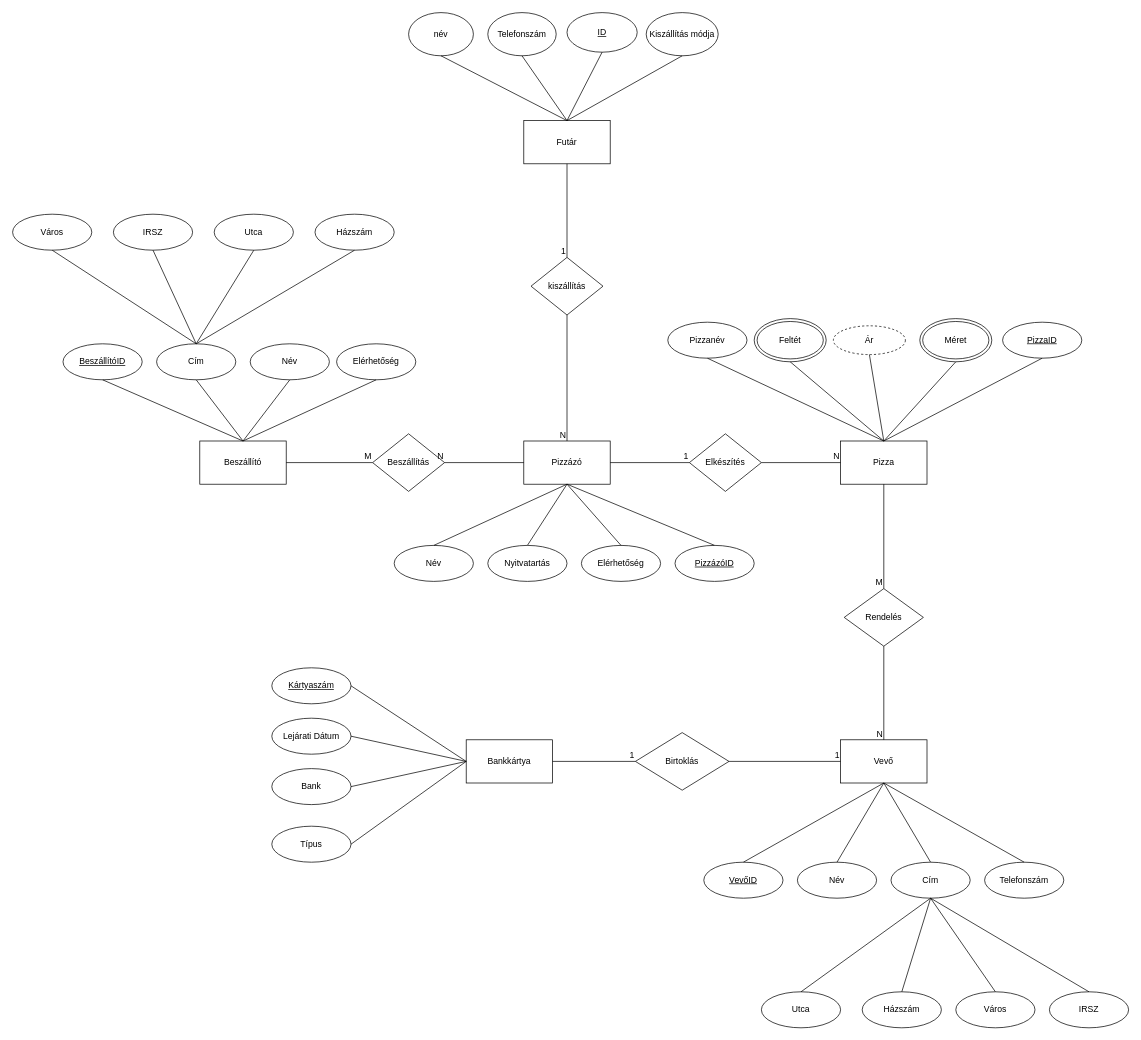
The draw.io diagram XML_FÉLÉVES_D1H8VP/ER_Etterem.drawio in laszlobodnar14/D1H8VPWEBXML, before the edit. Source tidied: cells renumbered, new cells numbered last; positions are measured from the earlier drawing's top-left corner, leaving out a move shared by most shapes. Both pictures are drawn from the tidied source at 72%, with x=0, y=0 at pixel (12, 12).
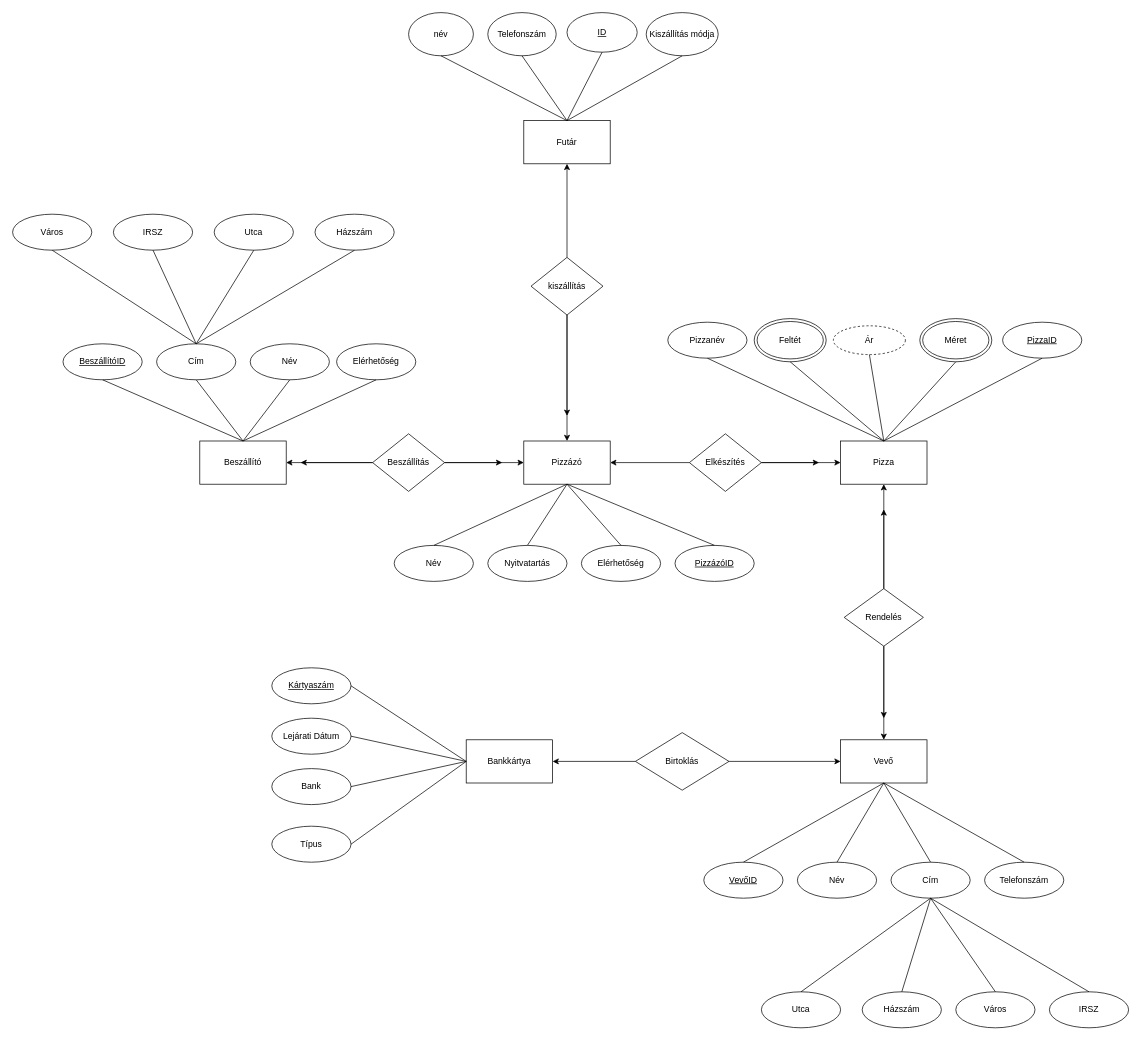
After the change.

Unchanged cells that the change refers to:
```xml
<mxCell id="2" value="Futár" style="rounded=0;whiteSpace=wrap;html=1;" parent="1" vertex="1">
  <mxGeometry x="710" y="150" width="120" height="60" as="geometry" />
</mxCell>
<mxCell id="3" value="kiszállítás" style="rhombus;whiteSpace=wrap;html=1;" parent="1" vertex="1">
  <mxGeometry x="720" y="340" width="100" height="80" as="geometry" />
</mxCell>
<mxCell id="4" value="Pizzázó" style="rounded=0;whiteSpace=wrap;html=1;" parent="1" vertex="1">
  <mxGeometry x="710" y="595" width="120" height="60" as="geometry" />
</mxCell>
<mxCell id="13" value="Beszállítás" style="rhombus;whiteSpace=wrap;html=1;" parent="1" vertex="1">
  <mxGeometry x="500" y="585" width="100" height="80" as="geometry" />
</mxCell>
<mxCell id="14" value="Elkészítés" style="rhombus;whiteSpace=wrap;html=1;" parent="1" vertex="1">
  <mxGeometry x="940" y="585" width="100" height="80" as="geometry" />
</mxCell>
<mxCell id="15" value="Pizza" style="rounded=0;whiteSpace=wrap;html=1;" parent="1" vertex="1">
  <mxGeometry x="1150" y="595" width="120" height="60" as="geometry" />
</mxCell>
<mxCell id="16" value="Beszállító" style="rounded=0;whiteSpace=wrap;html=1;" parent="1" vertex="1">
  <mxGeometry x="260" y="595" width="120" height="60" as="geometry" />
</mxCell>
<mxCell id="17" value="Rendelés" style="rhombus;whiteSpace=wrap;html=1;" parent="1" vertex="1">
  <mxGeometry x="1155" y="800" width="110" height="80" as="geometry" />
</mxCell>
<mxCell id="18" value="Vevő" style="rounded=0;whiteSpace=wrap;html=1;" parent="1" vertex="1">
  <mxGeometry x="1150" y="1010" width="120" height="60" as="geometry" />
</mxCell>
<mxCell id="19" value="Birtoklás" style="rhombus;whiteSpace=wrap;html=1;" parent="1" vertex="1">
  <mxGeometry x="865" y="1000" width="130" height="80" as="geometry" />
</mxCell>
<mxCell id="20" value="Bankkártya" style="rounded=0;whiteSpace=wrap;html=1;" parent="1" vertex="1">
  <mxGeometry x="630" y="1010" width="120" height="60" as="geometry" />
</mxCell>
```

The edit, as a diff of the source:
```diff
@@
-    <mxCell id="79" style="endArrow=none;html=1;rounded=0;entryX=0;entryY=0.5;entryDx=0;entryDy=0;exitX=1;exitY=0.5;exitDx=0;exitDy=0;" parent="1" edge="1" source="20" target="19">
-      <mxGeometry relative="1" as="geometry" />
-    </mxCell>
-    <mxCell id="80" value="1" style="html=1;whiteSpace=wrap;align=right;verticalAlign=bottom;" parent="79" vertex="1">
-      <mxGeometry x="1" relative="1" as="geometry" />
-    </mxCell>
+    <mxCell id="99" style="endArrow=classic;html=1;rounded=0;exitX=0;exitY=0.5;exitDx=0;exitDy=0;entryX=1;entryY=0.5;entryDx=0;entryDy=0;" parent="1" edge="1" source="14" target="4">
+      <mxGeometry relative="1" as="geometry" />
+    </mxCell>
+    <mxCell id="87" style="endArrow=classic;html=1;rounded=0;entryX=0;entryY=0.5;entryDx=0;entryDy=0;exitX=1;exitY=0.5;exitDx=0;exitDy=0;" parent="1" edge="1" source="14" target="15">
+      <mxGeometry relative="1" as="geometry" />
+    </mxCell>
+    <mxCell id="100" style="endArrow=classic;html=1;rounded=0;exitX=1;exitY=0.5;exitDx=0;exitDy=0;" parent="1" edge="1" source="14">
+      <mxGeometry relative="1" as="geometry">
+        <mxPoint x="1120" y="625" as="targetPoint" />
+      </mxGeometry>
+    </mxCell>
+    <mxCell id="89" style="endArrow=classic;html=1;rounded=0;entryX=0.5;entryY=0;entryDx=0;entryDy=0;exitX=0.5;exitY=1;exitDx=0;exitDy=0;" parent="1" edge="1" source="3" target="4">
+      <mxGeometry relative="1" as="geometry" />
+    </mxCell>
+    <mxCell id="101" style="endArrow=classic;html=1;rounded=0;exitX=0.5;exitY=1;exitDx=0;exitDy=0;" parent="1" edge="1" source="3">
+      <mxGeometry relative="1" as="geometry">
+        <mxPoint x="770" y="560" as="targetPoint" />
+      </mxGeometry>
+    </mxCell>
+    <mxCell id="102" style="endArrow=classic;html=1;rounded=0;entryX=0.5;entryY=1;entryDx=0;entryDy=0;" parent="1" edge="1" source="3" target="2">
+      <mxGeometry relative="1" as="geometry" />
+    </mxCell>
+    <mxCell id="103" style="endArrow=classic;html=1;rounded=0;entryX=1;entryY=0.5;entryDx=0;entryDy=0;exitX=0;exitY=0.5;exitDx=0;exitDy=0;" parent="1" edge="1" source="13" target="16">
+      <mxGeometry relative="1" as="geometry" />
+    </mxCell>
+    <mxCell id="104" style="endArrow=classic;html=1;rounded=0;exitX=0;exitY=0.5;exitDx=0;exitDy=0;" parent="1" edge="1" source="13">
+      <mxGeometry relative="1" as="geometry">
+        <mxPoint x="400" y="625" as="targetPoint" />
+      </mxGeometry>
+    </mxCell>
+    <mxCell id="105" style="endArrow=classic;html=1;rounded=0;entryX=0;entryY=0.5;entryDx=0;entryDy=0;exitX=1;exitY=0.5;exitDx=0;exitDy=0;" parent="1" edge="1" source="13" target="4">
+      <mxGeometry relative="1" as="geometry" />
+    </mxCell>
+    <mxCell id="106" style="endArrow=classic;html=1;rounded=0;exitX=1;exitY=0.5;exitDx=0;exitDy=0;" parent="1" edge="1" source="13">
+      <mxGeometry relative="1" as="geometry">
+        <mxPoint x="680" y="625" as="targetPoint" />
+      </mxGeometry>
+    </mxCell>
+    <mxCell id="107" style="endArrow=classic;html=1;rounded=0;entryX=1;entryY=0.5;entryDx=0;entryDy=0;exitX=0;exitY=0.5;exitDx=0;exitDy=0;" parent="1" edge="1" source="19" target="20">
+      <mxGeometry relative="1" as="geometry" />
+    </mxCell>
-    <mxCell id="81" style="endArrow=none;html=1;rounded=0;entryX=0;entryY=0.5;entryDx=0;entryDy=0;exitX=1;exitY=0.5;exitDx=0;exitDy=0;" parent="1" edge="1" source="19" target="18">
+    <mxCell id="81" style="endArrow=classic;html=1;rounded=0;entryX=0;entryY=0.5;entryDx=0;entryDy=0;exitX=1;exitY=0.5;exitDx=0;exitDy=0;" parent="1" edge="1" source="19" target="18">
       <mxGeometry relative="1" as="geometry" />
     </mxCell>
-    <mxCell id="82" value="1" style="html=1;whiteSpace=wrap;align=right;verticalAlign=bottom;" parent="81" vertex="1">
-      <mxGeometry x="1" relative="1" as="geometry" />
-    </mxCell>
+    <mxCell id="108" style="endArrow=classic;html=1;rounded=0;entryX=0.5;entryY=1;entryDx=0;entryDy=0;exitX=0.5;exitY=0;exitDx=0;exitDy=0;" parent="1" edge="1" source="17" target="15">
+      <mxGeometry relative="1" as="geometry" />
+    </mxCell>
+    <mxCell id="109" style="endArrow=classic;html=1;rounded=0;exitX=0.5;exitY=0;exitDx=0;exitDy=0;" parent="1" edge="1" source="17">
+      <mxGeometry relative="1" as="geometry">
+        <mxPoint x="1210" y="690" as="targetPoint" />
+      </mxGeometry>
+    </mxCell>
-    <mxCell id="83" style="endArrow=none;html=1;rounded=0;entryX=0.5;entryY=0;entryDx=0;entryDy=0;exitX=0.5;exitY=1;exitDx=0;exitDy=0;" parent="1" edge="1" source="17" target="18">
+    <mxCell id="83" style="endArrow=classic;html=1;rounded=0;entryX=0.5;entryY=0;entryDx=0;entryDy=0;exitX=0.5;exitY=1;exitDx=0;exitDy=0;" parent="1" edge="1" source="17" target="18">
       <mxGeometry relative="1" as="geometry" />
     </mxCell>
-    <mxCell id="84" value="N" style="html=1;whiteSpace=wrap;align=right;verticalAlign=bottom;" parent="83" vertex="1">
-      <mxGeometry x="1" relative="1" as="geometry" />
-    </mxCell>
-    <mxCell id="85" style="endArrow=none;html=1;rounded=0;entryX=0.5;entryY=0;entryDx=0;entryDy=0;exitX=0.5;exitY=1;exitDx=0;exitDy=0;" parent="1" edge="1" source="15" target="17">
-      <mxGeometry relative="1" as="geometry" />
-    </mxCell>
-    <mxCell id="86" value="M" style="html=1;whiteSpace=wrap;align=right;verticalAlign=bottom;" parent="85" vertex="1">
-      <mxGeometry x="1" relative="1" as="geometry" />
-    </mxCell>
-    <mxCell id="87" style="endArrow=none;html=1;rounded=0;entryX=0;entryY=0.5;entryDx=0;entryDy=0;exitX=1;exitY=0.5;exitDx=0;exitDy=0;" parent="1" edge="1" source="14" target="15">
-      <mxGeometry relative="1" as="geometry" />
-    </mxCell>
-    <mxCell id="88" value="N" style="html=1;whiteSpace=wrap;align=right;verticalAlign=bottom;" parent="87" vertex="1">
-      <mxGeometry x="1" relative="1" as="geometry" />
-    </mxCell>
-    <mxCell id="89" style="endArrow=none;html=1;rounded=0;entryX=0.5;entryY=0;entryDx=0;entryDy=0;exitX=0.5;exitY=1;exitDx=0;exitDy=0;" parent="1" edge="1" source="3" target="4">
-      <mxGeometry relative="1" as="geometry" />
-    </mxCell>
-    <mxCell id="90" value="N" style="html=1;whiteSpace=wrap;align=right;verticalAlign=bottom;" parent="89" vertex="1">
-      <mxGeometry x="1" relative="1" as="geometry" />
-    </mxCell>
-    <mxCell id="91" style="endArrow=none;html=1;rounded=0;exitX=0.5;exitY=1;exitDx=0;exitDy=0;entryX=0.5;entryY=0;entryDx=0;entryDy=0;" parent="1" edge="1" source="2" target="3">
-      <mxGeometry relative="1" as="geometry" />
-    </mxCell>
-    <mxCell id="92" value="1" style="html=1;whiteSpace=wrap;align=right;verticalAlign=bottom;" parent="91" vertex="1">
-      <mxGeometry x="1" relative="1" as="geometry" />
-    </mxCell>
-    <mxCell id="93" style="endArrow=none;html=1;rounded=0;entryX=1;entryY=0.5;entryDx=0;entryDy=0;exitX=0;exitY=0.5;exitDx=0;exitDy=0;" parent="1" edge="1" source="4" target="13">
-      <mxGeometry relative="1" as="geometry" />
-    </mxCell>
-    <mxCell id="94" value="N" style="html=1;whiteSpace=wrap;align=right;verticalAlign=bottom;" parent="93" vertex="1">
-      <mxGeometry x="1" relative="1" as="geometry" />
-    </mxCell>
-    <mxCell id="95" style="endArrow=none;html=1;rounded=0;entryX=0;entryY=0.5;entryDx=0;entryDy=0;exitX=1;exitY=0.5;exitDx=0;exitDy=0;" parent="1" edge="1" source="16" target="13">
-      <mxGeometry relative="1" as="geometry" />
-    </mxCell>
-    <mxCell id="96" value="M" style="html=1;whiteSpace=wrap;align=right;verticalAlign=bottom;" parent="95" vertex="1">
-      <mxGeometry x="1" relative="1" as="geometry" />
-    </mxCell>
-    <mxCell id="97" style="endArrow=none;html=1;rounded=0;entryX=0;entryY=0.5;entryDx=0;entryDy=0;exitX=1;exitY=0.5;exitDx=0;exitDy=0;" parent="1" edge="1" source="4" target="14">
-      <mxGeometry relative="1" as="geometry" />
-    </mxCell>
-    <mxCell id="98" value="1" style="html=1;whiteSpace=wrap;align=right;verticalAlign=bottom;" parent="97" vertex="1">
-      <mxGeometry x="1" relative="1" as="geometry" />
-    </mxCell>
+    <mxCell id="110" style="endArrow=classic;html=1;rounded=0;exitX=0.5;exitY=1;exitDx=0;exitDy=0;" parent="1" edge="1" source="17">
+      <mxGeometry relative="1" as="geometry">
+        <mxPoint x="1210" y="980" as="targetPoint" />
+      </mxGeometry>
+    </mxCell>
```
